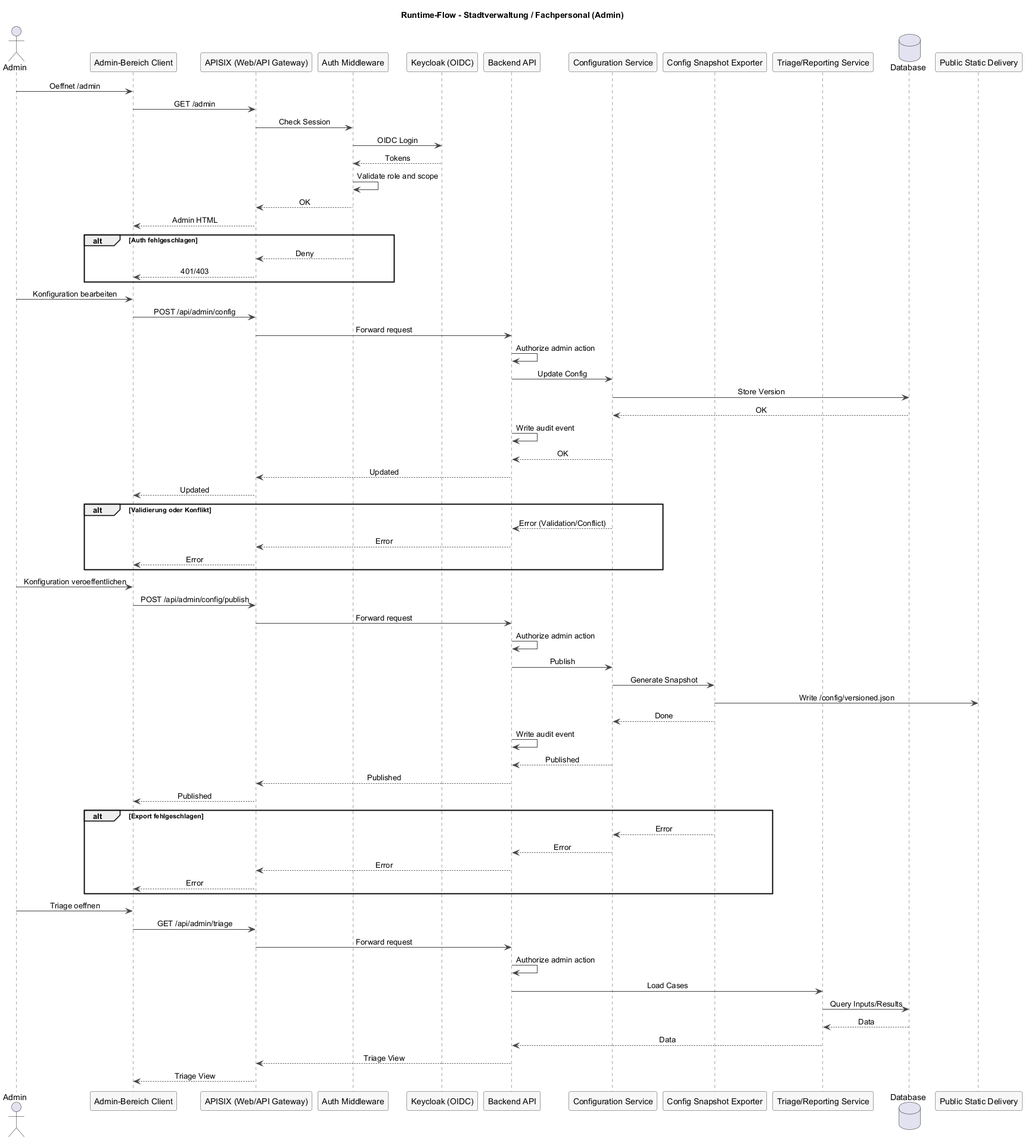
Before: docs/architecture/attachments/runtime-flow-admin.png, a diagram exported from PlantUML (csi-FOXBYTE/Regensburg_DigitalerEnergieZwilling_Backend). The source it was exported from:
```plantuml
@startuml
skinparam sequenceMessageAlign center
skinparam responseMessageBelowArrow true
skinparam sequence {
  ParticipantBorderColor #444444
  ParticipantBackgroundColor #F7F7F7
  LifeLineBorderColor #444444
  ArrowColor #444444
  NoteBorderColor #444444
  NoteBackgroundColor #F7F7F7
}

title Runtime-Flow - Stadtverwaltung / Fachpersonal (Admin)

actor Admin as admin
participant "Admin-Bereich Client" as client
participant "APISIX (Web/API Gateway)" as gateway
participant "Auth Middleware" as auth
participant "Keycloak (OIDC)" as keycloak
participant "Backend API" as api
participant "Configuration Service" as config
participant "Config Snapshot Exporter" as export
participant "Triage/Reporting Service" as triage
database "Database" as db
participant "Public Static Delivery" as public_static

admin -> client: Oeffnet /admin
client -> gateway: GET /admin
gateway -> auth: Check Session
auth -> keycloak: OIDC Login
keycloak --> auth: Tokens
auth -> auth: Validate role and scope
auth --> gateway: OK
gateway --> client: Admin HTML

alt Auth fehlgeschlagen
  auth --> gateway: Deny
  gateway --> client: 401/403
end

admin -> client: Konfiguration bearbeiten
client -> gateway: POST /api/admin/config
gateway -> api: Forward request
api -> api: Authorize admin action
api -> config: Update Config
config -> db: Store Version
db --> config: OK
api -> api: Write audit event
config --> api: OK
api --> gateway: Updated
gateway --> client: Updated

alt Validierung oder Konflikt
  config --> api: Error (Validation/Conflict)
  api --> gateway: Error
  gateway --> client: Error
end

admin -> client: Konfiguration veroeffentlichen
client -> gateway: POST /api/admin/config/publish
gateway -> api: Forward request
api -> api: Authorize admin action
api -> config: Publish
config -> export: Generate Snapshot
export -> public_static: Write /config/versioned.json
export --> config: Done
api -> api: Write audit event
config --> api: Published
api --> gateway: Published
gateway --> client: Published

alt Export fehlgeschlagen
  export --> config: Error
  config --> api: Error
  api --> gateway: Error
  gateway --> client: Error
end

admin -> client: Triage oeffnen
client -> gateway: GET /api/admin/triage
gateway -> api: Forward request
api -> api: Authorize admin action
api -> triage: Load Cases
triage -> db: Query Inputs/Results
db --> triage: Data
triage --> api: Data
api --> gateway: Triage View
gateway --> client: Triage View

@enduml
```
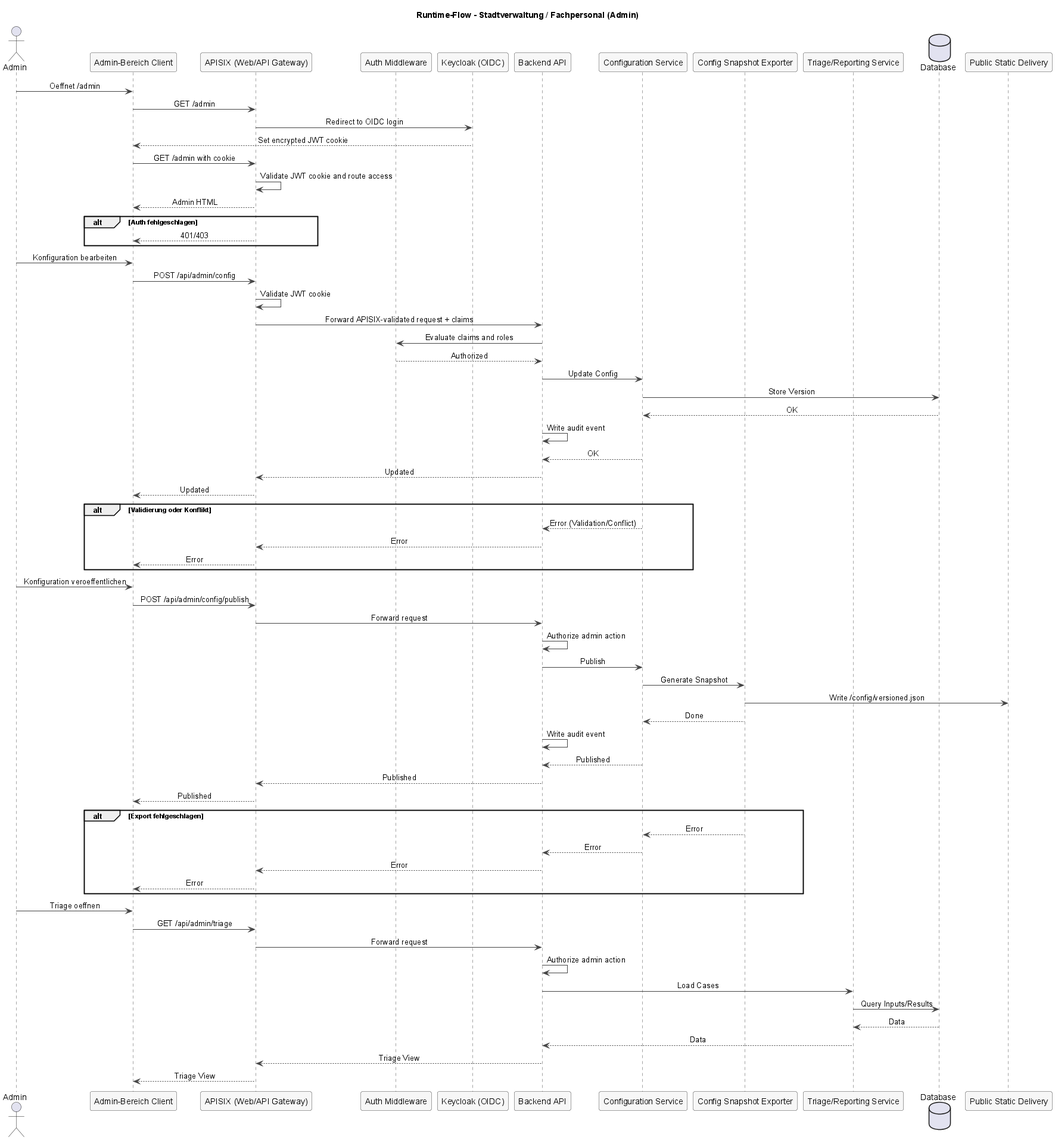
After the commit.

The edit, as a diff of the source:
```diff
@@ -26,22 +26,22 @@
 
 admin -> client: Oeffnet /admin
 client -> gateway: GET /admin
-gateway -> auth: Check Session
-auth -> keycloak: OIDC Login
-keycloak --> auth: Tokens
-auth -> auth: Validate role and scope
-auth --> gateway: OK
+gateway -> keycloak: Redirect to OIDC login
+keycloak --> client: Set encrypted JWT cookie
+client -> gateway: GET /admin with cookie
+gateway -> gateway: Validate JWT cookie and route access
 gateway --> client: Admin HTML
 
 alt Auth fehlgeschlagen
-  auth --> gateway: Deny
   gateway --> client: 401/403
 end
 
 admin -> client: Konfiguration bearbeiten
 client -> gateway: POST /api/admin/config
-gateway -> api: Forward request
-api -> api: Authorize admin action
+gateway -> gateway: Validate JWT cookie
+gateway -> api: Forward APISIX-validated request + claims
+api -> auth: Evaluate claims and roles
+auth --> api: Authorized
 api -> config: Update Config
 config -> db: Store Version
 db --> config: OK
```
